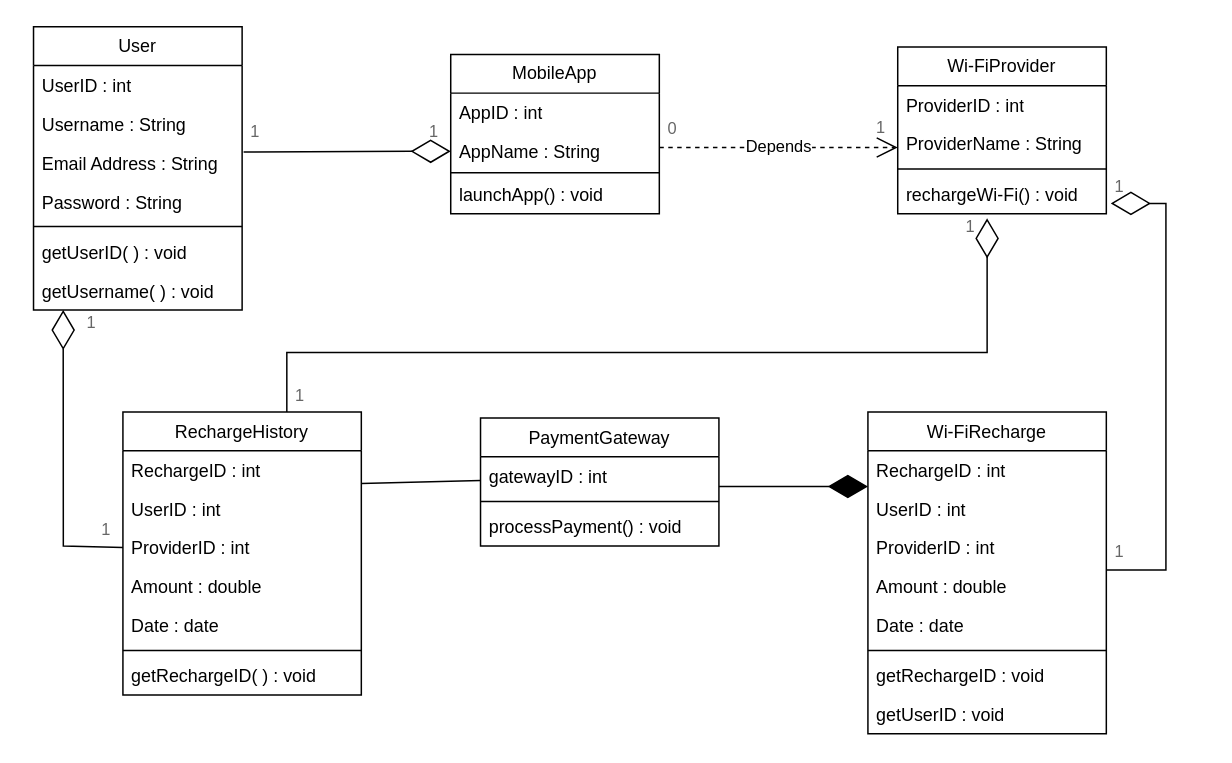
Earlier version of the draw.io diagram Diagramme sans nom.drawio (LeloKarma/website). Source tidied: cells renumbered, new cells numbered last; positions are measured from the earlier drawing's top-left corner, leaving out a move shared by most shapes. Both pictures are drawn from the tidied source at 149%, with x=0, y=0 at pixel (33, 27).
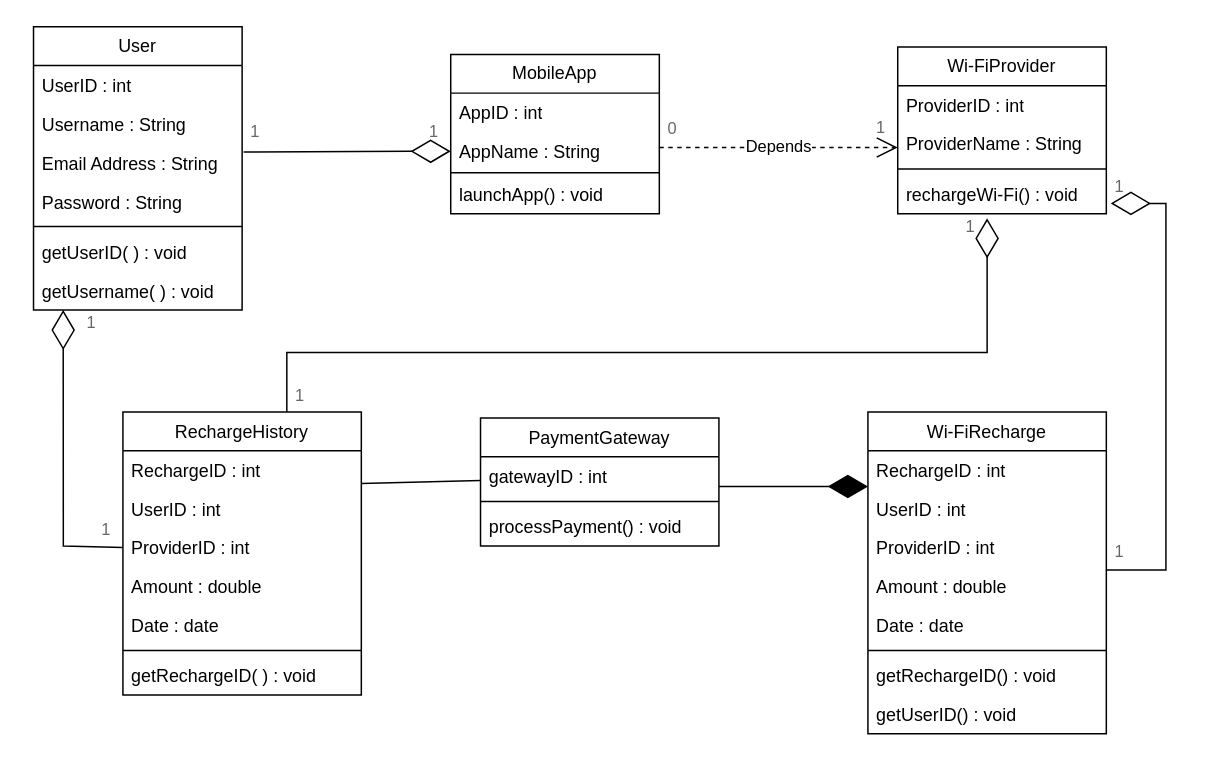
Above is the later version.

Commit message:
Mettre à jour Diagramme sans nom.drawio

Unchanged cells that the change refers to:
```xml
<mxCell id="14" value="Wi-FiRecharge" style="swimlane;fontStyle=0;align=center;verticalAlign=top;horizontal=1;startSize=26;rounded=0;shadow=0;strokeWidth=1;" parent="1" vertex="1">
  <mxGeometry x="560" y="258" width="160" height="216" as="geometry" />
</mxCell>
```

Diff of the diagram source:
```diff
@@
-    <mxCell id="21" value="getRechargeID : void" style="text;align=left;verticalAlign=top;spacingLeft=4;spacingRight=4;overflow=hidden;" parent="14" vertex="1">
+    <mxCell id="21" value="getRechargeID() : void" style="text;align=left;verticalAlign=top;spacingLeft=4;spacingRight=4;overflow=hidden;" parent="14" vertex="1">
       <mxGeometry y="164" width="160" height="26" as="geometry" />
     </mxCell>
-    <mxCell id="22" value="getUserID : void" style="text;align=left;verticalAlign=top;spacingLeft=4;spacingRight=4;overflow=hidden;" parent="14" vertex="1">
+    <mxCell id="22" value="getUserID() : void" style="text;align=left;verticalAlign=top;spacingLeft=4;spacingRight=4;overflow=hidden;" parent="14" vertex="1">
       <mxGeometry y="190" width="160" height="26" as="geometry" />
     </mxCell>
```
